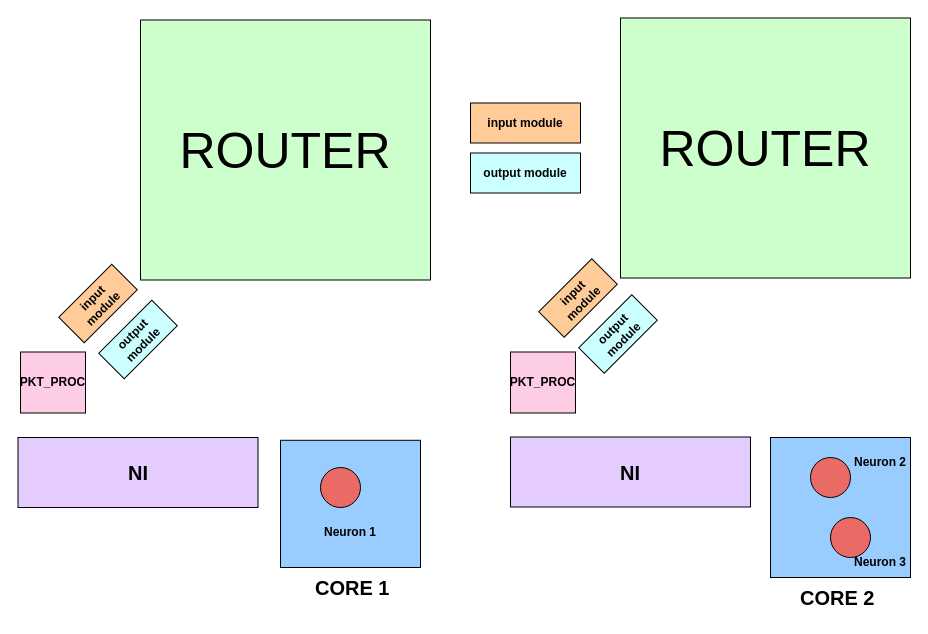
Akilax0/minimal_NoC keeps this draw.io diagram as page "temp" (8 of 14) of NoC.drawio. Above is the earlier version. Source tidied: cells renumbered, new cells numbered last; positions are measured from the earlier drawing's top-left corner, leaving out a move shared by most shapes. Both pictures are drawn from the tidied source at 100%, with x=0, y=0 at pixel (18, 17).
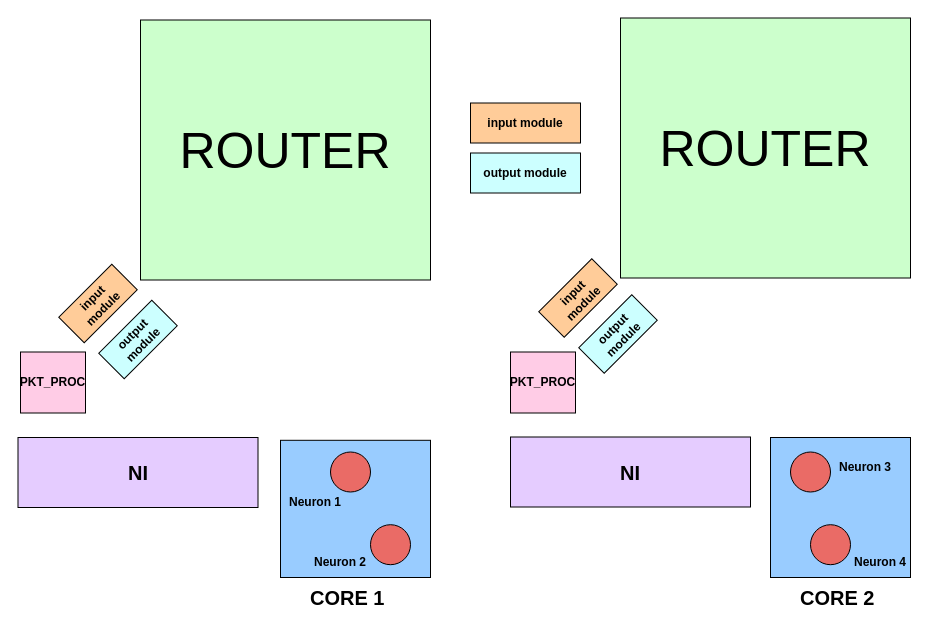
After the change.

The edit, as a diff of the source:
```diff
@@
     <mxCell id="2" style="rounded=0;whiteSpace=wrap;html=1;fillColor=#99CCFF;" parent="1" vertex="1">
-      <mxGeometry x="262" y="422.8" width="140" height="127.2" as="geometry" />
+      <mxGeometry x="262" y="422.8" width="150" height="137.2" as="geometry" />
     </mxCell>
@@
     <mxCell id="16" style="ellipse;whiteSpace=wrap;html=1;fillColor=#EA6B66;" parent="1" vertex="1">
-      <mxGeometry x="302" y="450" width="40" height="40" as="geometry" />
+      <mxGeometry x="312" y="434.5" width="40" height="40" as="geometry" />
     </mxCell>
     <mxCell id="17" style="ellipse;whiteSpace=wrap;html=1;fillColor=#EA6B66;" parent="1" vertex="1">
-      <mxGeometry x="812" y="500" width="40" height="40" as="geometry" />
+      <mxGeometry x="792" y="507.2" width="40" height="40" as="geometry" />
     </mxCell>
     <mxCell id="18" style="ellipse;whiteSpace=wrap;html=1;fillColor=#EA6B66;" parent="1" vertex="1">
-      <mxGeometry x="792" y="440" width="40" height="40" as="geometry" />
+      <mxGeometry x="772" y="434.5" width="40" height="40" as="geometry" />
     </mxCell>
     <mxCell id="19" value="&lt;b&gt;Neuron 1&lt;/b&gt;" style="text;html=1;strokeColor=none;fillColor=none;align=center;verticalAlign=middle;whiteSpace=wrap;rounded=0;" parent="1" vertex="1">
-      <mxGeometry x="302" y="500" width="60" height="30" as="geometry" />
+      <mxGeometry x="267" y="470" width="60" height="30" as="geometry" />
     </mxCell>
-    <mxCell id="20" value="&lt;b&gt;Neuron 2&lt;/b&gt;" style="text;html=1;strokeColor=none;fillColor=none;align=center;verticalAlign=middle;whiteSpace=wrap;rounded=0;" parent="1" vertex="1">
-      <mxGeometry x="832" y="430" width="60" height="30" as="geometry" />
+    <mxCell id="20" value="&lt;b&gt;Neuron 3&lt;/b&gt;" style="text;html=1;strokeColor=none;fillColor=none;align=center;verticalAlign=middle;whiteSpace=wrap;rounded=0;" parent="1" vertex="1">
+      <mxGeometry x="817" y="434.5" width="60" height="30" as="geometry" />
     </mxCell>
-    <mxCell id="21" value="&lt;b&gt;Neuron 3&lt;/b&gt;" style="text;html=1;strokeColor=none;fillColor=none;align=center;verticalAlign=middle;whiteSpace=wrap;rounded=0;" parent="1" vertex="1">
+    <mxCell id="21" value="&lt;b&gt;Neuron 4&lt;/b&gt;" style="text;html=1;strokeColor=none;fillColor=none;align=center;verticalAlign=middle;whiteSpace=wrap;rounded=0;" parent="1" vertex="1">
       <mxGeometry x="832" y="530" width="60" height="30" as="geometry" />
     </mxCell>
     <mxCell id="22" value="&lt;b&gt;&lt;font style=&quot;font-size: 20px;&quot;&gt;CORE 1&amp;nbsp;&lt;/font&gt;&lt;/b&gt;" style="text;html=1;strokeColor=none;fillColor=none;align=center;verticalAlign=middle;whiteSpace=wrap;rounded=0;" parent="1" vertex="1">
-      <mxGeometry x="282" y="550" width="110" height="40" as="geometry" />
+      <mxGeometry x="277" y="560" width="110" height="40" as="geometry" />
     </mxCell>
@@
+    <mxCell id="24" style="ellipse;whiteSpace=wrap;html=1;fillColor=#EA6B66;" parent="1" vertex="1">
+      <mxGeometry x="352" y="507.2" width="40" height="40" as="geometry" />
+    </mxCell>
+    <mxCell id="25" value="&lt;b&gt;Neuron 2&lt;/b&gt;" style="text;html=1;strokeColor=none;fillColor=none;align=center;verticalAlign=middle;whiteSpace=wrap;rounded=0;" parent="1" vertex="1">
+      <mxGeometry x="292" y="530" width="60" height="30" as="geometry" />
+    </mxCell>
```
